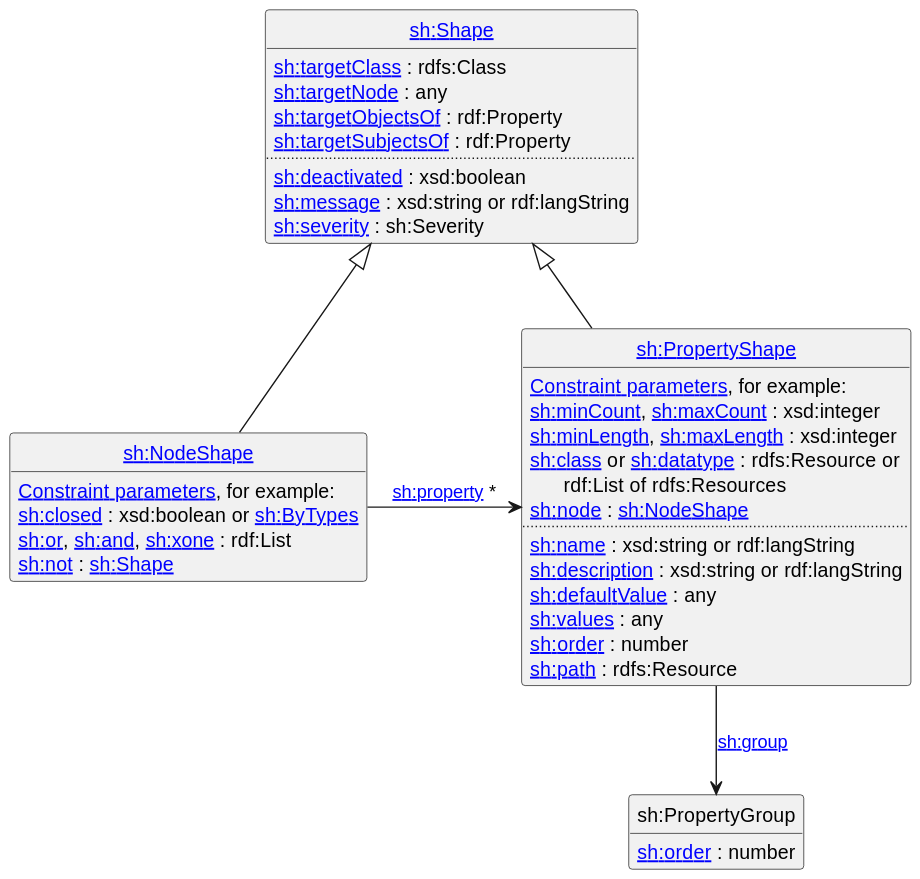
This is shacl12-core/images/SHACL-UML.svg from w3c/data-shapes, a PlantUML export, as it was before one commit.
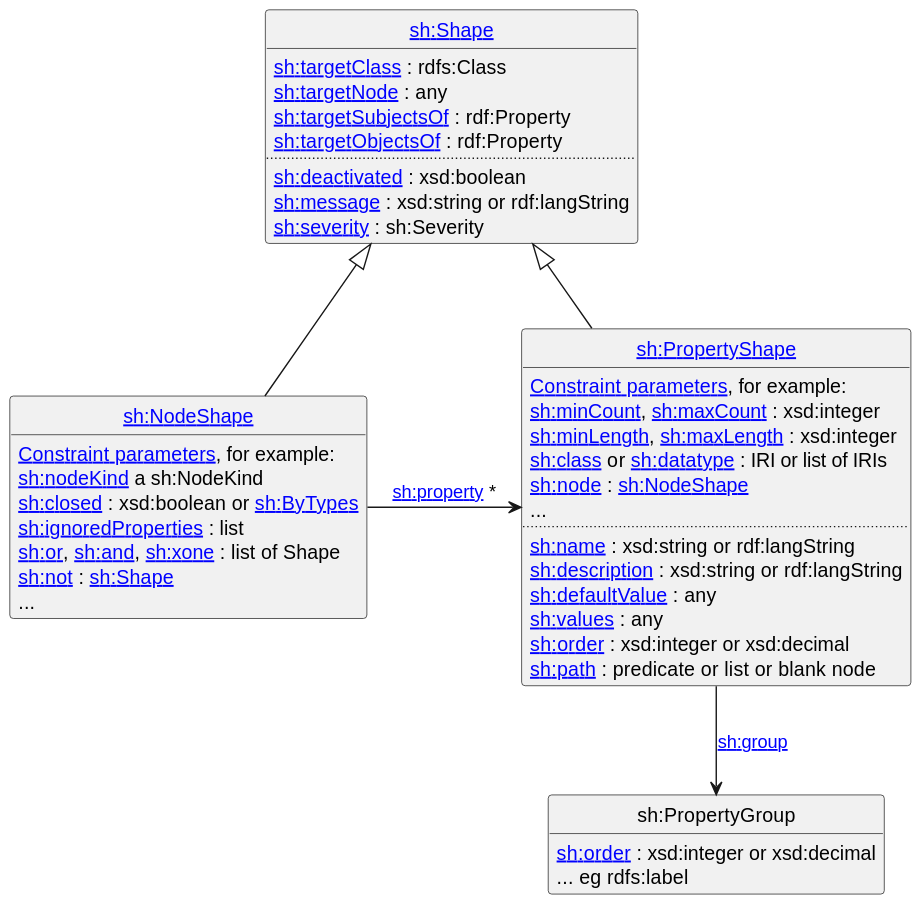
After the change.

Change to the diagram source:
```diff
@@ -6,8 +6,8 @@
 class "<color:blue><u>sh:Shape" as Shape [[#shapes]] {
   [[#targetClass sh:targetClass]] : rdfs:Class
   [[#targetNode sh:targetNode]] : any
+  [[#targetSubjectsOf sh:targetSubjectsOf]] : rdf:Property
   [[#targetObjectsOf sh:targetObjectsOf]] : rdf:Property
-  [[#targetSubjectsOf sh:targetSubjectsOf]] : rdf:Property
   ....
   [[#deactivated sh:deactivated]] : xsd:boolean
   [[#message sh:message]] : xsd:string or rdf:langString
@@ -16,28 +16,33 @@
 
 class "<color:blue><u>sh:NodeShape" as NodeShape [[#node-shapes]] {
   [[#constraints Constraint parameters]], for example:
-  [[#closedConstraintComponent sh:closed]] : xsd:boolean or [[#syntax-rule-closed-datatype sh:ByTypes]]
-  [[#orConstraintComponent sh:or]], [[#andConstraintComponent sh:and]], [[#xoneConstraintComponent sh:xone]] : rdf:List
-  [[#notConstraintComponent sh:not]] : [[#shapes sh:Shape]]
+  [[#NodeKindConstraintComponent sh:nodeKind]] a sh:NodeKind
+  [[#ClosedConstraintComponent sh:closed]] : xsd:boolean or [[#syntax-rule-closed-datatype sh:ByTypes]]
+  [[#ClosedConstraintComponent sh:ignoredProperties]] : list
+  [[#OrConstraintComponent sh:or]], [[#AndConstraintComponent sh:and]], [[#XoneConstraintComponent sh:xone]] : list of Shape
+  [[#NotConstraintComponent sh:not]] : [[#shapes sh:Shape]]
+  ...
 }
 
 class "<color:blue><u>sh:PropertyShape" as PropertyShape [[#property-shapes]] {
   [[#constraints Constraint parameters]], for example:
   [[#MinCountConstraintComponent sh:minCount]], [[#MaxCountConstraintComponent sh:maxCount]] : xsd:integer
   [[#MinLengthConstraintComponent sh:minLength]], [[#MaxLengthConstraintComponent sh:maxLength]] : xsd:integer
-  [[#ClassConstraintComponent sh:class]] or [[#DatatypeConstraintComponent sh:datatype]] : rdfs:Resource or\n      rdf:List of rdfs:Resources
+  [[#ClassConstraintComponent sh:class]] or [[#DatatypeConstraintComponent sh:datatype]] : IRI or list of IRIs
   [[#NodeConstraintComponent sh:node]] : [[#node-shapes sh:NodeShape]]
+  ...
   ....
   [[#name sh:name]] : xsd:string or rdf:langString
-  [[#desription sh:description]] : xsd:string or rdf:langString
+  [[#description sh:description]] : xsd:string or rdf:langString
   [[#syntax-rule-path-defaultValue sh:defaultValue]] : any
   [[#syntax-rule-path-defaultValue sh:values]] : any
-  [[#order sh:order]] : number
-  [[#property-shapes sh:path]] : rdfs:Resource
+  [[#order sh:order]] : xsd:integer or xsd:decimal
+  [[#property-paths sh:path]] : predicate or list or blank node
 }
 
 class "sh:PropertyGroup" as PropertyGroup [[#group sh:group]] {
-  [[#group sh:order]] : number
+  [[#group sh:order]] : xsd:integer or xsd:decimal
+  ... eg rdfs:label
 }
 
 Shape <|-- NodeShape
```
